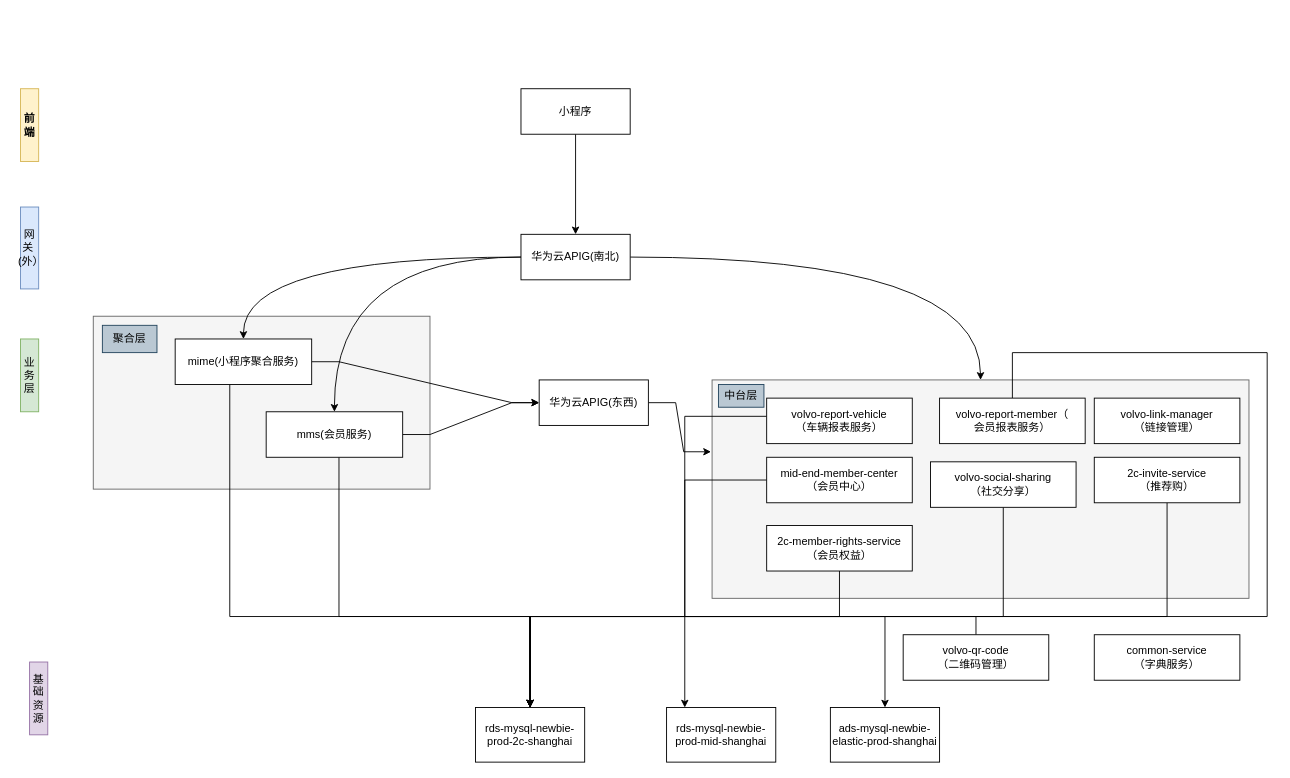
The draw.io diagram 会员业务架构.drawio in 463024907/draw.io, before the edit. Source tidied: cells renumbered, new cells numbered last; positions are measured from the earlier drawing's top-left corner, leaving out a move shared by most shapes. Both pictures are drawn from the tidied source at 91%, with x=0, y=0 at pixel (20, 88).
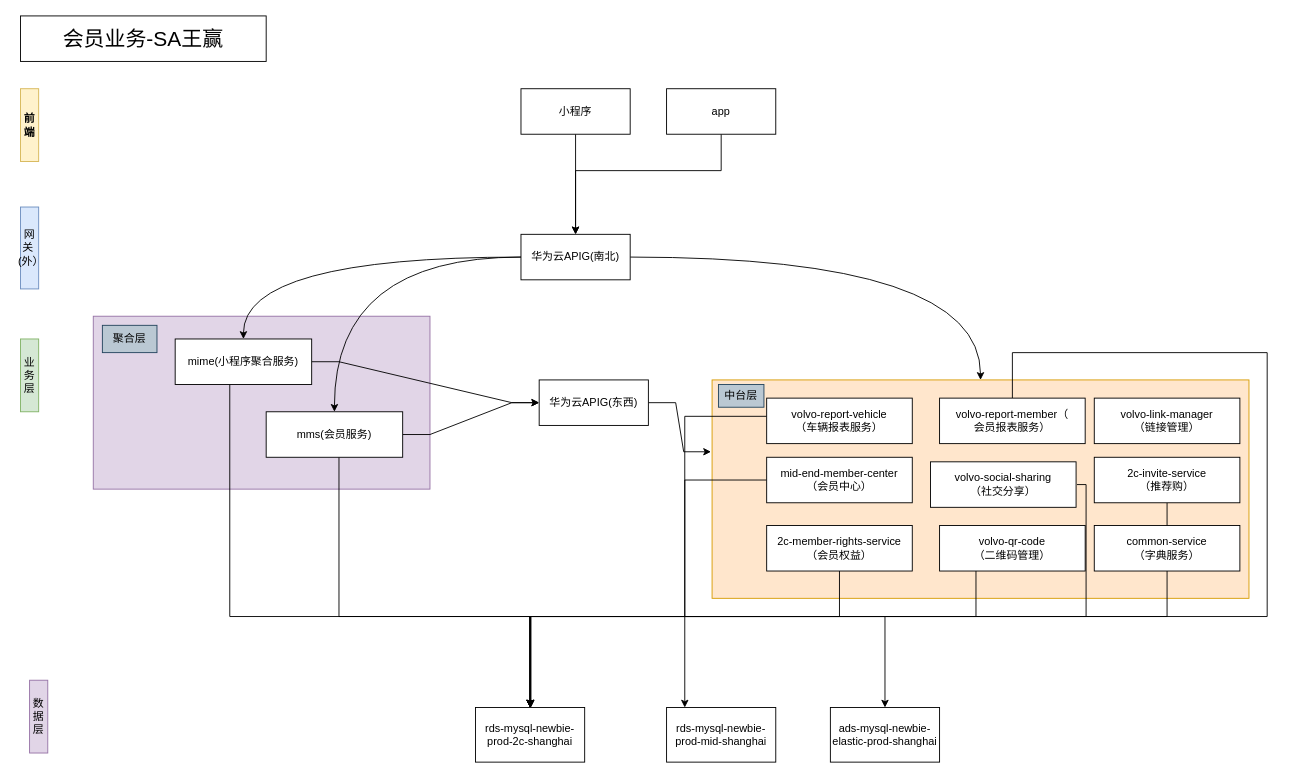
Above is the later version.

Commit message:
Update 会员业务架构.drawio

Unchanged cells that the change refers to:
```xml
<mxCell id="8" value="华为云APIG(南北)" style="rounded=0;whiteSpace=wrap;html=1;" parent="1" vertex="1">
  <mxGeometry x="550" y="160" width="120" height="50" as="geometry" />
</mxCell>
<mxCell id="25" value="rds-mysql-newbie-prod-2c-shanghai" style="rounded=0;whiteSpace=wrap;html=1;" parent="1" vertex="1">
  <mxGeometry x="500" y="680" width="120" height="60" as="geometry" />
</mxCell>
<mxCell id="39" value="volvo-social-sharing&lt;br&gt;（社交分享）" style="rounded=0;whiteSpace=wrap;html=1;" parent="1" vertex="1">
  <mxGeometry x="1000" y="410" width="160" height="50" as="geometry" />
</mxCell>
```

Change to the diagram source:
```diff
@@
-    <mxCell id="2" style="rounded=0;whiteSpace=wrap;html=1;fillColor=#f5f5f5;fontColor=#333333;strokeColor=#666666;" parent="1" vertex="1">
+    <mxCell id="2" style="rounded=0;whiteSpace=wrap;html=1;fillColor=#e1d5e7;strokeColor=#9673a6;" parent="1" vertex="1">
       <mxGeometry x="80" y="250" width="370" height="190" as="geometry" />
     </mxCell>
-    <mxCell id="3" style="rounded=0;whiteSpace=wrap;html=1;fillColor=#f5f5f5;fontColor=#333333;strokeColor=#666666;" parent="1" vertex="1">
+    <mxCell id="3" style="rounded=0;whiteSpace=wrap;html=1;fillColor=#ffe6cc;strokeColor=#d79b00;" parent="1" vertex="1">
       <mxGeometry x="760" y="320" width="590" height="240" as="geometry" />
     </mxCell>
@@
-    <mxCell id="19" value="基础资源" style="rounded=0;whiteSpace=wrap;html=1;fillColor=#e1d5e7;strokeColor=#9673a6;" parent="1" vertex="1">
-      <mxGeometry x="10" y="630" width="20" height="80" as="geometry" />
+    <mxCell id="19" value="数据层" style="rounded=0;whiteSpace=wrap;html=1;fillColor=#e1d5e7;strokeColor=#9673a6;" parent="1" vertex="1">
+      <mxGeometry x="10" y="650" width="20" height="80" as="geometry" />
     </mxCell>
@@
     <mxCell id="32" value="volvo-qr-code&lt;br&gt;（二维码管理）" style="rounded=0;whiteSpace=wrap;html=1;" parent="1" vertex="1">
-      <mxGeometry x="970" y="600" width="160" height="50" as="geometry" />
+      <mxGeometry x="1010" y="480" width="160" height="50" as="geometry" />
     </mxCell>
@@
-    <mxCell id="38" style="edgeStyle=orthogonalEdgeStyle;rounded=0;jettySize=auto;html=1;" parent="1" edge="1" source="39" target="25">
+    <mxCell id="38" style="edgeStyle=orthogonalEdgeStyle;rounded=0;orthogonalLoop=1;jettySize=auto;html=1;" parent="1" edge="1">
       <mxGeometry relative="1" as="geometry">
+        <mxPoint x="1161" y="435" as="sourcePoint" />
+        <mxPoint x="561" y="680" as="targetPoint" />
         <Array as="points">
-          <mxPoint x="1080" y="580" />
-          <mxPoint x="560" y="580" />
+          <mxPoint x="1171" y="435" />
+          <mxPoint x="1171" y="580" />
+          <mxPoint x="561" y="580" />
         </Array>
       </mxGeometry>
     </mxCell>
@@
     <mxCell id="40" value="common-service&lt;br&gt;（字典服务）" style="rounded=0;whiteSpace=wrap;html=1;" parent="1" vertex="1">
-      <mxGeometry x="1180" y="600" width="160" height="50" as="geometry" />
+      <mxGeometry x="1180" y="480" width="160" height="50" as="geometry" />
     </mxCell>
@@
+    <mxCell id="43" value="&lt;font style=&quot;font-size: 23px;&quot;&gt;会员业务-SA王赢&lt;/font&gt;" style="rounded=0;whiteSpace=wrap;html=1;" parent="1" vertex="1">
+      <mxGeometry y="-80" width="270" height="50" as="geometry" />
+    </mxCell>
+    <mxCell id="44" style="edgeStyle=orthogonalEdgeStyle;rounded=0;jettySize=auto;html=1;entryX=0.5;entryY=0;entryDx=0;entryDy=0;" parent="1" edge="1" source="45" target="8">
+      <mxGeometry relative="1" as="geometry">
+        <Array as="points">
+          <mxPoint x="770" y="90" />
+          <mxPoint x="610" y="90" />
+        </Array>
+      </mxGeometry>
+    </mxCell>
+    <mxCell id="45" value="app" style="rounded=0;whiteSpace=wrap;html=1;" parent="1" vertex="1">
+      <mxGeometry x="710" width="120" height="50" as="geometry" />
+    </mxCell>
```
